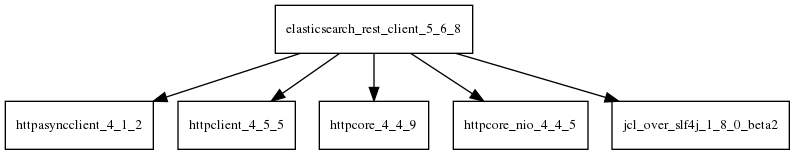
This is tattleTaleReport/graphviz/elasticsearch-rest-client-5.6.8.jar/elasticsearch-rest-client-5.6.8.jar.png from sjvs/cia, a Graphviz export, as it was before one commit. Its source is kept beside it as tattleTaleReport/graphviz/elasticsearch-rest-client-5.6.8.jar/elasticsearch-rest-client-5.6.8.jar.dot. Source of this version:
```dot
digraph elasticsearch_rest_client_5_6_8_dependencies {
  node [shape = box, fontsize=10.0];
  elasticsearch_rest_client_5_6_8 -> httpasyncclient_4_1_2;
  elasticsearch_rest_client_5_6_8 -> httpclient_4_5_5;
  elasticsearch_rest_client_5_6_8 -> httpcore_4_4_9;
  elasticsearch_rest_client_5_6_8 -> httpcore_nio_4_4_5;
  elasticsearch_rest_client_5_6_8 -> jcl_over_slf4j_1_8_0_beta2;
}
```
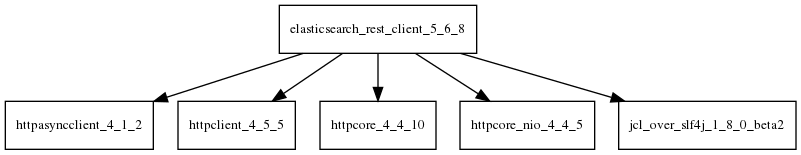
Above is the later version.

Diff of the diagram source:
```diff
@@ -2,7 +2,7 @@
   node [shape = box, fontsize=10.0];
   elasticsearch_rest_client_5_6_8 -> httpasyncclient_4_1_2;
   elasticsearch_rest_client_5_6_8 -> httpclient_4_5_5;
-  elasticsearch_rest_client_5_6_8 -> httpcore_4_4_9;
+  elasticsearch_rest_client_5_6_8 -> httpcore_4_4_10;
   elasticsearch_rest_client_5_6_8 -> httpcore_nio_4_4_5;
   elasticsearch_rest_client_5_6_8 -> jcl_over_slf4j_1_8_0_beta2;
 }
```
